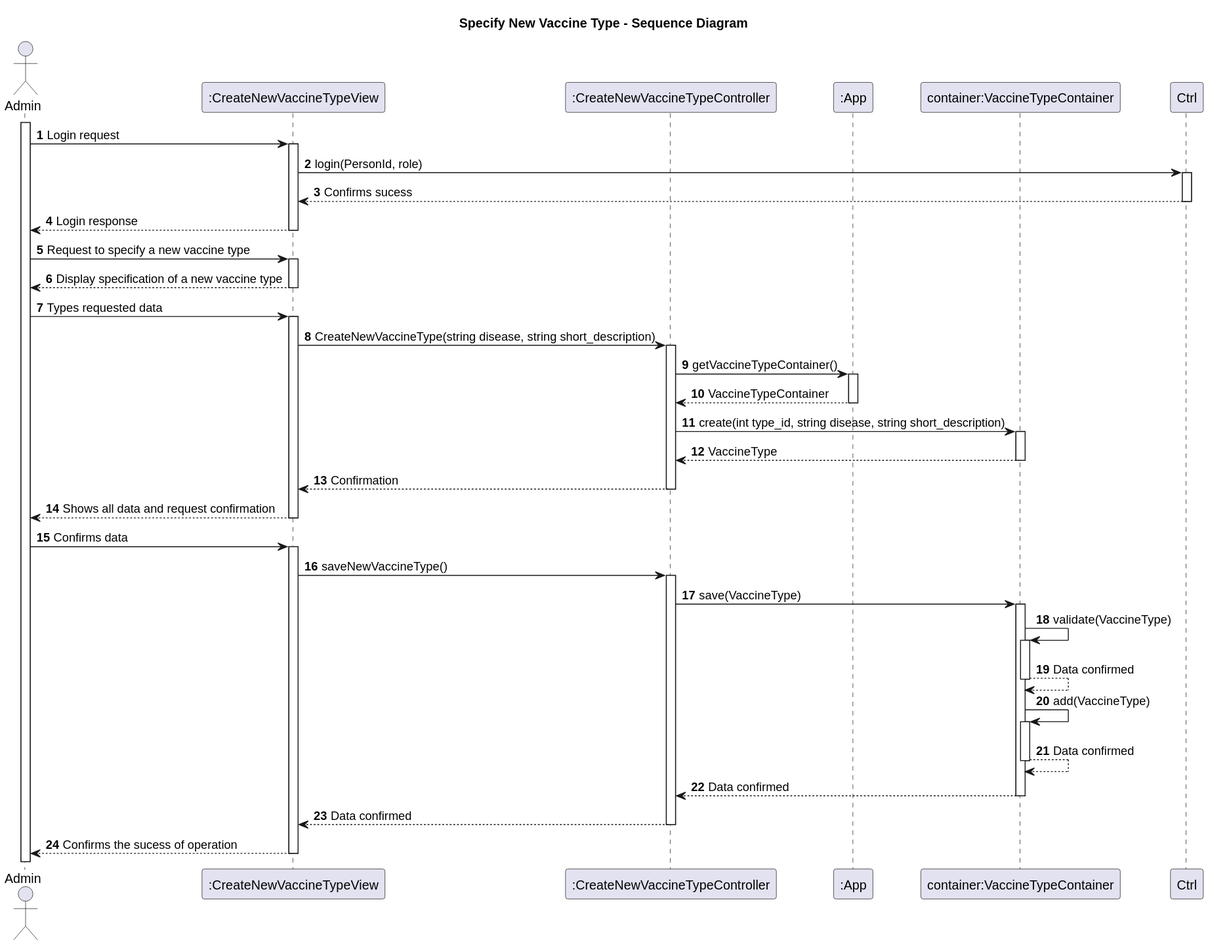
Above: docs/Sprint2/US10/svg/US10-SD.svg in Parafita123/leti-esoft-25-26-B1 (PlantUML), before the change.
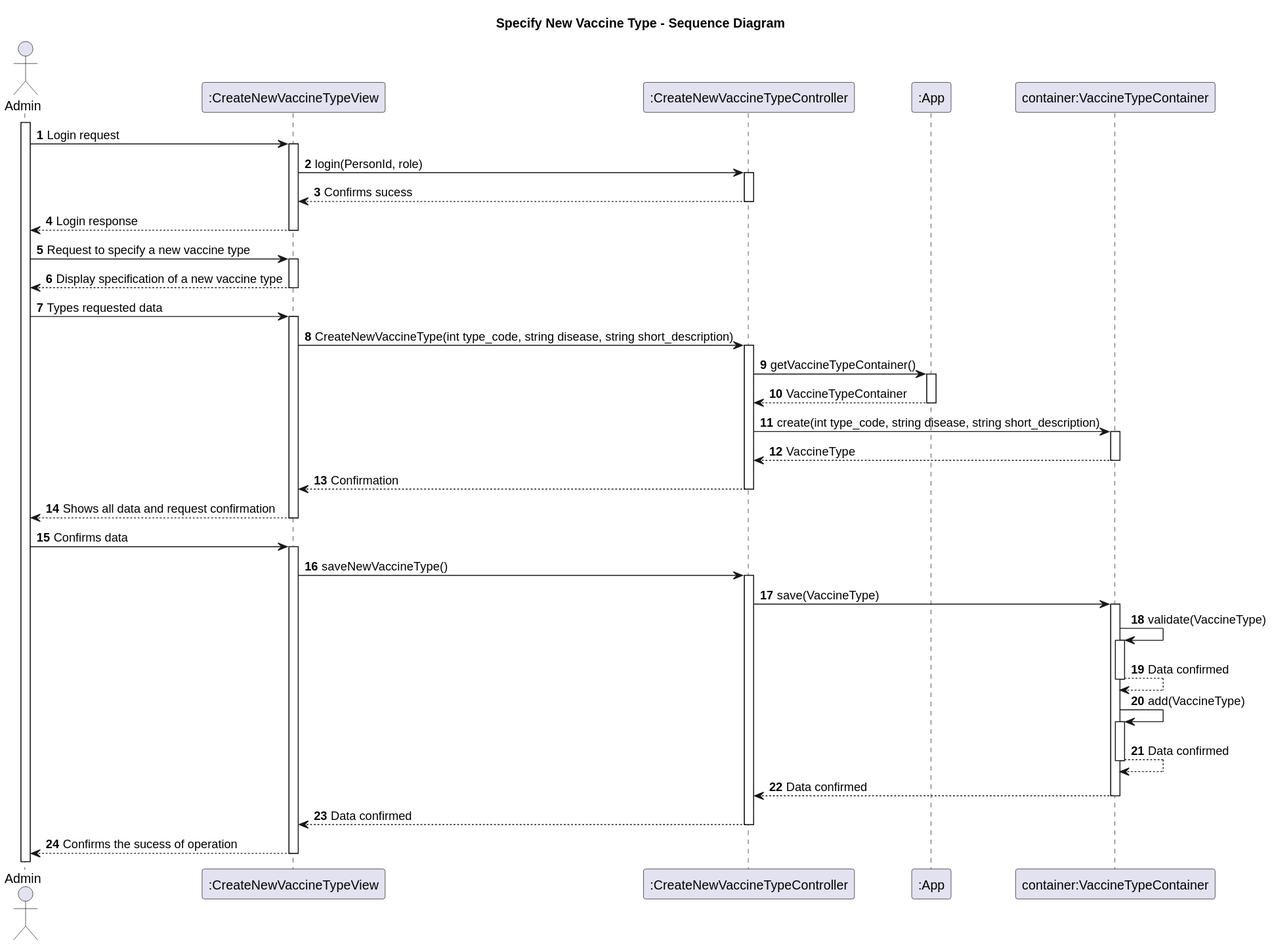
Above is the later version.

Change to the diagram source:
```diff
@@ -13,17 +13,17 @@
 activate admin
 
 admin -> view: Login request
-view -> Ctrl: login(PersonId, role)
-Ctrl --> view: Confirms sucess
+view -> ctrl: login(PersonId, role)
+ctrl --> view: Confirms sucess
 view --> admin: Login response
 
 admin -> view: Request to specify a new vaccine type
 view --> admin: Display specification of a new vaccine type
 admin -> view: Types requested data
-view -> ctrl: CreateNewVaccineType(string disease, string short_description)
+view -> ctrl: CreateNewVaccineType(int type_code, string disease, string short_description)
 ctrl -> app: getVaccineTypeContainer()
 app --> ctrl: VaccineTypeContainer
-ctrl -> container: create(int type_id, string disease, string short_description)
+ctrl -> container: create(int type_code, string disease, string short_description)
 container --> ctrl: VaccineType
 ctrl --> view: Confirmation
 view --> admin: Shows all data and request confirmation
```
